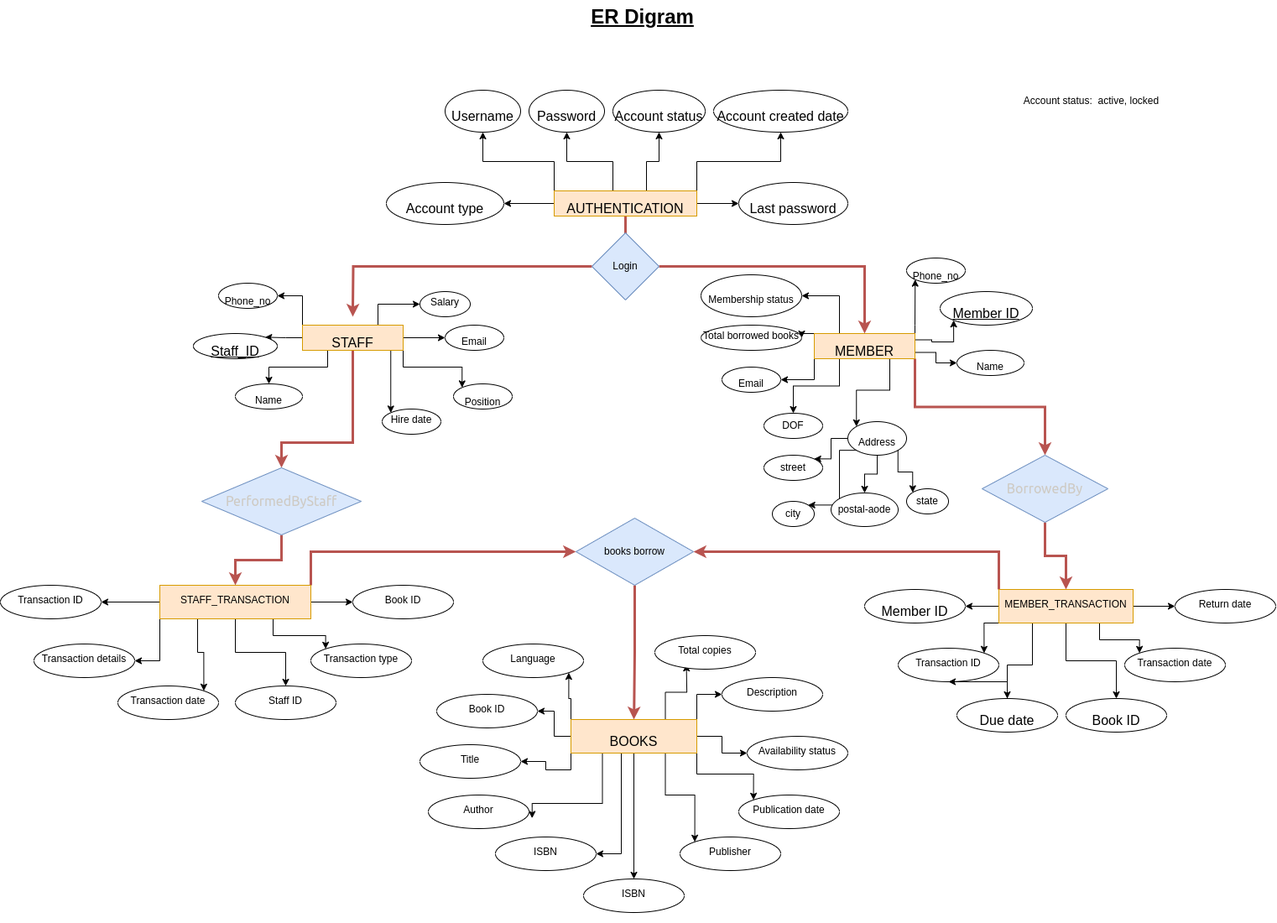
Above: ER digram.drawio.png in krithik15/Database_Management_Systems (draw.io), before the change. Source tidied: cells renumbered, new cells last; positions are measured from the earlier drawing's top-left corner, leaving out a move shared by most shapes.
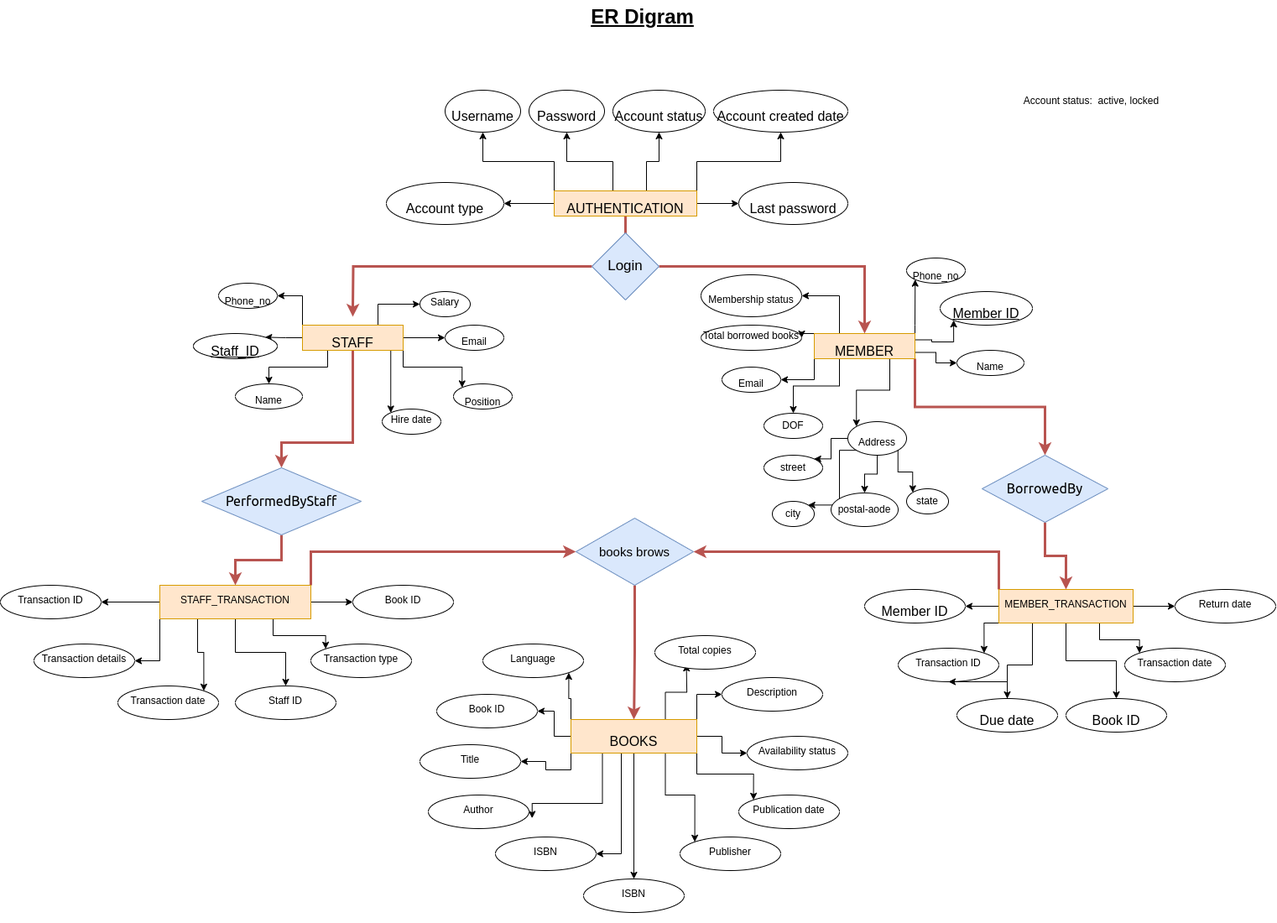
After the commit.

Change to the diagram source:
```diff
@@ -113,7 +113,7 @@
     <mxCell id="28" style="edgeStyle=orthogonalEdgeStyle;rounded=0;jettySize=auto;html=1;exitX=1;exitY=0.5;exitDx=0;exitDy=0;entryX=0.5;entryY=0;entryDx=0;entryDy=0;fillColor=#f8cecc;strokeColor=#b85450;strokeWidth=3;" parent="1" edge="1" source="29" target="26">
       <mxGeometry relative="1" as="geometry" />
     </mxCell>
-    <mxCell id="29" value="Login" style="rhombus;whiteSpace=wrap;html=1;fillColor=#dae8fc;strokeColor=#6c8ebf;" parent="1" vertex="1">
+    <mxCell id="29" value="&lt;font style=&quot;font-size: 17px;&quot;&gt;Login&lt;/font&gt;" style="rhombus;whiteSpace=wrap;html=1;fillColor=#dae8fc;strokeColor=#6c8ebf;" parent="1" vertex="1">
       <mxGeometry x="705" y="277" width="80" height="80" as="geometry" />
     </mxCell>
     <mxCell id="30" style="edgeStyle=orthogonalEdgeStyle;rounded=0;jettySize=auto;html=1;exitX=0.25;exitY=1;exitDx=0;exitDy=0;entryX=0.5;entryY=0;entryDx=0;entryDy=0;" parent="1" edge="1" source="38" target="57">
@@ -409,19 +409,19 @@
     <mxCell id="115" style="edgeStyle=orthogonalEdgeStyle;rounded=0;jettySize=auto;html=1;exitX=0.5;exitY=1;exitDx=0;exitDy=0;entryX=0.5;entryY=0;entryDx=0;entryDy=0;fillColor=#f8cecc;strokeColor=#b85450;strokeWidth=3;" parent="1" edge="1" source="116" target="73">
       <mxGeometry relative="1" as="geometry" />
     </mxCell>
-    <mxCell id="116" value="books borrow" style="rhombus;whiteSpace=wrap;html=1;fillColor=#dae8fc;strokeColor=#6c8ebf;" parent="1" vertex="1">
+    <mxCell id="116" value="&lt;font style=&quot;font-size: 15px;&quot;&gt;books brows&lt;/font&gt;" style="rhombus;whiteSpace=wrap;html=1;fillColor=#dae8fc;strokeColor=#6c8ebf;" parent="1" vertex="1">
       <mxGeometry x="686" y="617" width="140" height="80" as="geometry" />
     </mxCell>
     <mxCell id="117" style="edgeStyle=orthogonalEdgeStyle;rounded=0;jettySize=auto;html=1;entryX=0.5;entryY=0;entryDx=0;entryDy=0;fillColor=#f8cecc;strokeColor=#b85450;strokeWidth=3;" parent="1" edge="1" source="118" target="89">
       <mxGeometry relative="1" as="geometry" />
     </mxCell>
-    <mxCell id="118" value="&lt;span style=&quot;color: rgb(206, 202, 195); font-family: Söhne, ui-sans-serif, system-ui, -apple-system, &amp;quot;Segoe UI&amp;quot;, Roboto, Ubuntu, Cantarell, &amp;quot;Noto Sans&amp;quot;, sans-serif, &amp;quot;Helvetica Neue&amp;quot;, Arial, &amp;quot;Apple Color Emoji&amp;quot;, &amp;quot;Segoe UI Emoji&amp;quot;, &amp;quot;Segoe UI Symbol&amp;quot;, &amp;quot;Noto Color Emoji&amp;quot;; font-size: 16px; font-style: normal; font-variant-ligatures: normal; font-variant-caps: normal; font-weight: 400; letter-spacing: normal; orphans: 2; text-align: start; text-indent: 0px; text-transform: none; widows: 2; word-spacing: 0px; -webkit-text-stroke-width: 0px; text-decoration-thickness: initial; text-decoration-style: initial; text-decoration-color: initial; float: none; --darkreader-inline-color: #c6c1b9; --darkreader-inline-bgcolor: transparent; background-color: transparent; display: inline !important;&quot;&gt;PerformedByStaff&lt;/span&gt;" style="rhombus;whiteSpace=wrap;html=1;fillColor=#dae8fc;strokeColor=#6c8ebf;" parent="1" vertex="1">
+    <mxCell id="118" value="&lt;span style=&quot;font-family: Söhne, ui-sans-serif, system-ui, -apple-system, &amp;quot;Segoe UI&amp;quot;, Roboto, Ubuntu, Cantarell, &amp;quot;Noto Sans&amp;quot;, sans-serif, &amp;quot;Helvetica Neue&amp;quot;, Arial, &amp;quot;Apple Color Emoji&amp;quot;, &amp;quot;Segoe UI Emoji&amp;quot;, &amp;quot;Segoe UI Symbol&amp;quot;, &amp;quot;Noto Color Emoji&amp;quot;; font-size: 16px; font-style: normal; font-variant-ligatures: normal; font-variant-caps: normal; font-weight: 400; letter-spacing: normal; orphans: 2; text-align: start; text-indent: 0px; text-transform: none; widows: 2; word-spacing: 0px; -webkit-text-stroke-width: 0px; text-decoration-thickness: initial; text-decoration-style: initial; text-decoration-color: initial; float: none; --darkreader-inline-color: #c6c1b9; --darkreader-inline-bgcolor: transparent; background-color: transparent; display: inline !important;&quot;&gt;PerformedByStaff&lt;/span&gt;" style="rhombus;whiteSpace=wrap;html=1;fillColor=#dae8fc;strokeColor=#6c8ebf;" parent="1" vertex="1">
       <mxGeometry x="240" y="557" width="190" height="80" as="geometry" />
     </mxCell>
     <mxCell id="119" style="edgeStyle=orthogonalEdgeStyle;rounded=0;jettySize=auto;html=1;exitX=0.5;exitY=1;exitDx=0;exitDy=0;entryX=0.5;entryY=0;entryDx=0;entryDy=0;fillColor=#f8cecc;strokeColor=#b85450;strokeWidth=3;" parent="1" edge="1" source="120" target="81">
       <mxGeometry relative="1" as="geometry" />
     </mxCell>
-    <mxCell id="120" value="&lt;span style=&quot;color: rgb(206, 202, 195); font-family: Söhne, ui-sans-serif, system-ui, -apple-system, &amp;quot;Segoe UI&amp;quot;, Roboto, Ubuntu, Cantarell, &amp;quot;Noto Sans&amp;quot;, sans-serif, &amp;quot;Helvetica Neue&amp;quot;, Arial, &amp;quot;Apple Color Emoji&amp;quot;, &amp;quot;Segoe UI Emoji&amp;quot;, &amp;quot;Segoe UI Symbol&amp;quot;, &amp;quot;Noto Color Emoji&amp;quot;; font-size: 16px; font-style: normal; font-variant-ligatures: normal; font-variant-caps: normal; font-weight: 400; letter-spacing: normal; orphans: 2; text-align: start; text-indent: 0px; text-transform: none; widows: 2; word-spacing: 0px; -webkit-text-stroke-width: 0px; text-decoration-thickness: initial; text-decoration-style: initial; text-decoration-color: initial; float: none; --darkreader-inline-color: #c6c1b9; --darkreader-inline-bgcolor: transparent; background-color: transparent; display: inline !important;&quot;&gt;BorrowedBy&lt;/span&gt;" style="rhombus;whiteSpace=wrap;html=1;fillColor=#dae8fc;strokeColor=#6c8ebf;" parent="1" vertex="1">
+    <mxCell id="120" value="&lt;span style=&quot;font-family: Söhne, ui-sans-serif, system-ui, -apple-system, &amp;quot;Segoe UI&amp;quot;, Roboto, Ubuntu, Cantarell, &amp;quot;Noto Sans&amp;quot;, sans-serif, &amp;quot;Helvetica Neue&amp;quot;, Arial, &amp;quot;Apple Color Emoji&amp;quot;, &amp;quot;Segoe UI Emoji&amp;quot;, &amp;quot;Segoe UI Symbol&amp;quot;, &amp;quot;Noto Color Emoji&amp;quot;; font-size: 16px; font-style: normal; font-variant-ligatures: normal; font-variant-caps: normal; font-weight: 400; letter-spacing: normal; orphans: 2; text-align: start; text-indent: 0px; text-transform: none; widows: 2; word-spacing: 0px; -webkit-text-stroke-width: 0px; text-decoration-thickness: initial; text-decoration-style: initial; text-decoration-color: initial; float: none; --darkreader-inline-color: #c6c1b9; --darkreader-inline-bgcolor: transparent; background-color: transparent; display: inline !important;&quot;&gt;BorrowedBy&lt;/span&gt;" style="rhombus;whiteSpace=wrap;html=1;fillColor=#dae8fc;strokeColor=#6c8ebf;" parent="1" vertex="1">
       <mxGeometry x="1170" y="542" width="150" height="80" as="geometry" />
     </mxCell>
     <mxCell id="121" style="edgeStyle=orthogonalEdgeStyle;rounded=0;orthogonalLoop=1;jettySize=auto;html=1;exitX=0.5;exitY=1;exitDx=0;exitDy=0;" parent="1" edge="1" source="54" target="54">
```
